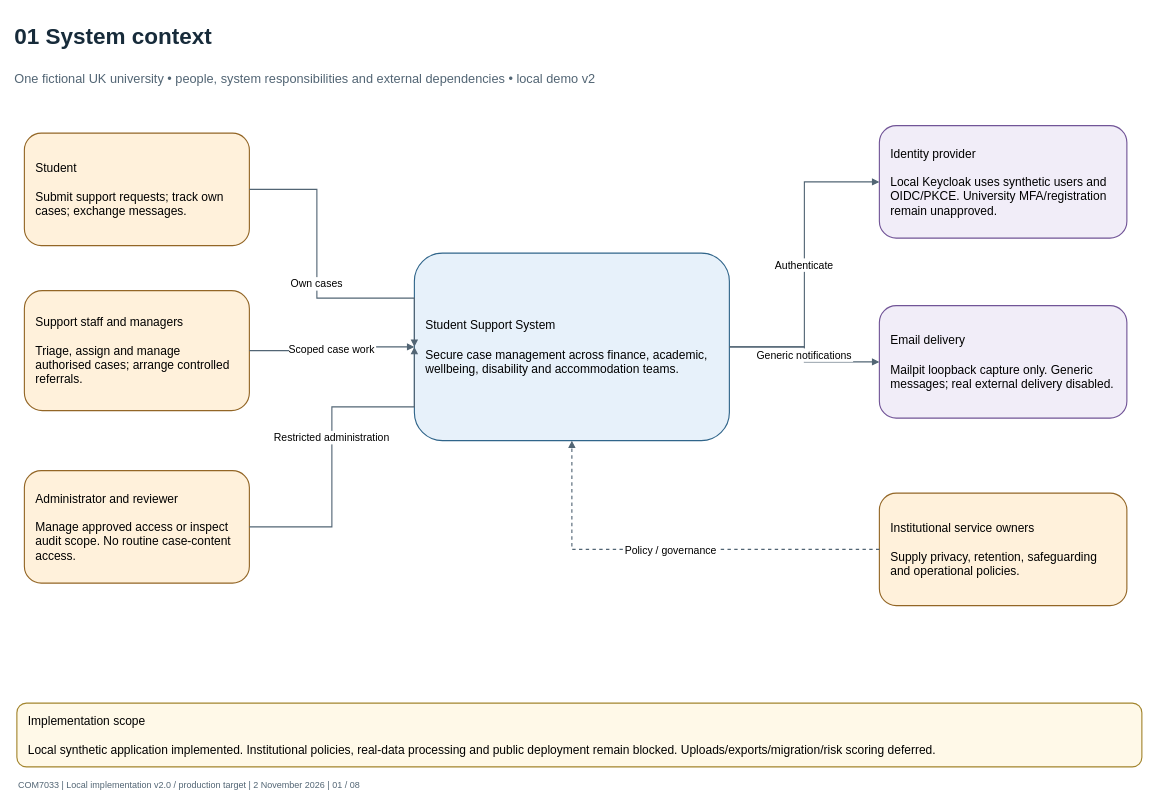
JEGSON/student-support-system keeps this draw.io diagram as page "01 System context" (1 of 8) of docs/architecture/student-support-architecture.drawio. Above is the earlier version. Source tidied: cells renumbered, new cells numbered last; positions are measured from the earlier drawing's top-left corner, leaving out a move shared by most shapes. Both pictures are drawn from the tidied source at 75%, with x=0, y=0 at pixel (13, 13).
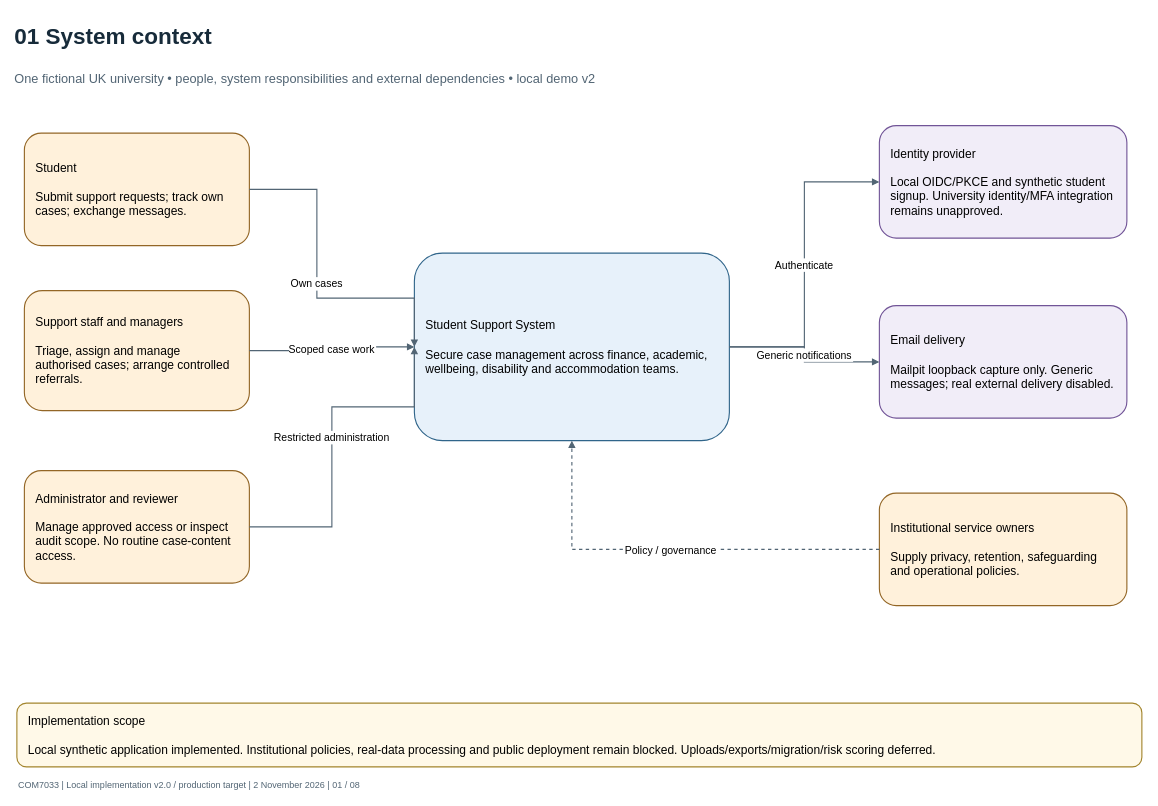
After the change.

The edit, as a diff of the source:
```diff
@@
-    <mxCell id="8" value="Identity provider&#10;&#10;Local Keycloak uses synthetic users and OIDC/PKCE. University MFA/registration remain unapproved." style="rounded=1;html=0;whiteSpace=wrap;align=left;verticalAlign=middle;spacing=15;fontSize=16;fillColor=#f1edf8;strokeColor=#715497;strokeWidth=1.5;" parent="1" vertex="1">
+    <mxCell id="8" value="Identity provider&#10;&#10;Local OIDC/PKCE and synthetic student signup. University identity/MFA integration remains unapproved." style="rounded=1;html=0;whiteSpace=wrap;align=left;verticalAlign=middle;spacing=15;fontSize=16;fillColor=#f1edf8;strokeColor=#715497;strokeWidth=1.5;" parent="1" vertex="1">
       <mxGeometry x="1155" y="150" width="330" height="150" as="geometry" />
     </mxCell>
```
